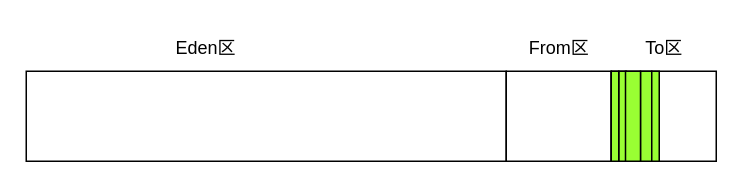
Earlier version of the draw.io diagram 绘图/垃圾回收/新生代回收流程/第二次回收/第二次回收-Eden和FROM转移到TO区.drawio (jiangmengxia/jiangmengxia.github.io). Source tidied: cells renumbered, new cells numbered last; positions are measured from the earlier drawing's top-left corner, leaving out a move shared by most shapes. Both pictures are drawn from the tidied source at 150%, with x=0, y=0 at pixel (26, 26).
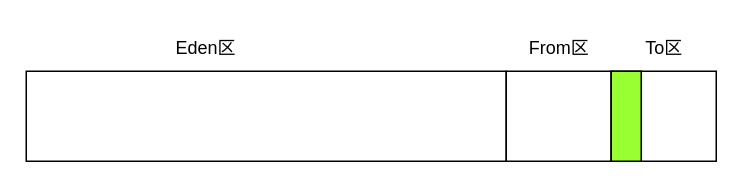
The same diagram, later.

What changed in the source:
```diff
@@
 <mxGraphModel background="#ffffff">
   <root>
     <mxCell id="0" />
     <mxCell id="1" parent="0" />
     <mxCell id="2" style="rounded=0;whiteSpace=wrap;html=1;fillColor=#FFFFFF;strokeColor=#000000;" parent="1" vertex="1">
       <mxGeometry y="30" width="320" height="60" as="geometry" />
     </mxCell>
     <mxCell id="3" value="Eden区" style="text;html=1;strokeColor=none;fillColor=none;align=center;verticalAlign=middle;whiteSpace=wrap;rounded=0;fontColor=#000000;" parent="1" vertex="1">
       <mxGeometry x="90" width="60" height="30" as="geometry" />
     </mxCell>
     <mxCell id="4" style="rounded=0;whiteSpace=wrap;html=1;fillColor=#FFFFFF;strokeColor=#000000;" parent="1" vertex="1">
       <mxGeometry x="320" y="30" width="70" height="60" as="geometry" />
     </mxCell>
     <mxCell id="5" value="From区" style="text;html=1;strokeColor=none;fillColor=none;align=center;verticalAlign=middle;whiteSpace=wrap;rounded=0;fontColor=#000000;" parent="1" vertex="1">
       <mxGeometry x="332.5" width="45" height="30" as="geometry" />
     </mxCell>
     <mxCell id="6" style="rounded=0;whiteSpace=wrap;html=1;fillColor=#FFFFFF;strokeColor=#000000;" parent="1" vertex="1">
       <mxGeometry x="390" y="30" width="70" height="60" as="geometry" />
     </mxCell>
     <mxCell id="7" value="To区" style="text;html=1;strokeColor=none;fillColor=none;align=center;verticalAlign=middle;whiteSpace=wrap;rounded=0;fontColor=#000000;" parent="1" vertex="1">
       <mxGeometry x="402.5" width="45" height="30" as="geometry" />
     </mxCell>
-    <mxCell id="8" style="rounded=0;whiteSpace=wrap;html=1;fillColor=#99FF33;strokeColor=#000000;" parent="1" vertex="1">
-      <mxGeometry x="409.5" y="30" width="7.5" height="60" as="geometry" />
-    </mxCell>
-    <mxCell id="9" style="rounded=0;whiteSpace=wrap;html=1;fillColor=#99FF33;strokeColor=#000000;" parent="1" vertex="1">
-      <mxGeometry x="395" y="30" width="5" height="60" as="geometry" />
-    </mxCell>
-    <mxCell id="10" style="rounded=0;whiteSpace=wrap;html=1;fillColor=#99FF33;strokeColor=#000000;" parent="1" vertex="1">
-      <mxGeometry x="399.5" y="30" width="10" height="60" as="geometry" />
-    </mxCell>
-    <mxCell id="11" style="rounded=0;whiteSpace=wrap;html=1;fillColor=#99FF33;strokeColor=#000000;" parent="1" vertex="1">
-      <mxGeometry x="417" y="30" width="5" height="60" as="geometry" />
-    </mxCell>
     <mxCell id="12" style="rounded=0;whiteSpace=wrap;html=1;fillColor=#99FF33;strokeColor=#000000;" parent="1" vertex="1">
-      <mxGeometry x="390" y="30" width="5" height="60" as="geometry" />
+      <mxGeometry x="390" y="30" width="20" height="60" as="geometry" />
     </mxCell>
   </root>
 </mxGraphModel>
```
